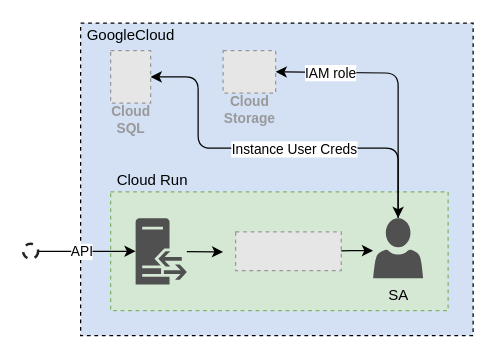
rasmushaa/mlflow-server-gcp keeps this draw.io diagram as page "google-cloud" (2 of 2) of doc/arc.drawio. Above is the earlier version. Source tidied: cells renumbered, new cells numbered last; positions are measured from the earlier drawing's top-left corner, leaving out a move shared by most shapes. Both pictures are drawn from the tidied source at 125%, with x=0, y=0 at pixel (22, 22). Pictures stored in the file or linked from it are replaced by grey dashed boxes.
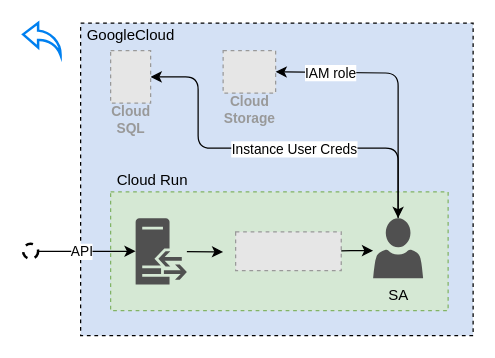
The same page after the edit.

What changed in the source:
```diff
@@
-    <mxCell id="17" style="html=1;verticalLabelPosition=bottom;labelBackgroundColor=#ffffff;verticalAlign=top;shadow=0;dashed=1;strokeWidth=2;shape=mxgraph.ios7.misc.circle;strokeColor=#222222;fillColor=none;" parent="1" vertex="1">
+    <mxCell id="17" style="html=1;verticalLabelPosition=bottom;labelBackgroundColor=#ffffff;verticalAlign=top;shadow=0;dashed=1;strokeWidth=2;shape=mxgraph.ios7.misc.circle;" parent="1" vertex="1">
       <mxGeometry y="176.5" width="12" height="12" as="geometry" />
     </mxCell>
+    <mxCell id="18" style="html=1;verticalLabelPosition=bottom;align=center;labelBackgroundColor=#ffffff;verticalAlign=top;strokeWidth=2;strokeColor=#0080F0;shadow=0;dashed=0;shape=mxgraph.ios7.icons.back;" parent="1" vertex="1">
+      <mxGeometry width="30" height="25.5" as="geometry" />
+    </mxCell>
```
